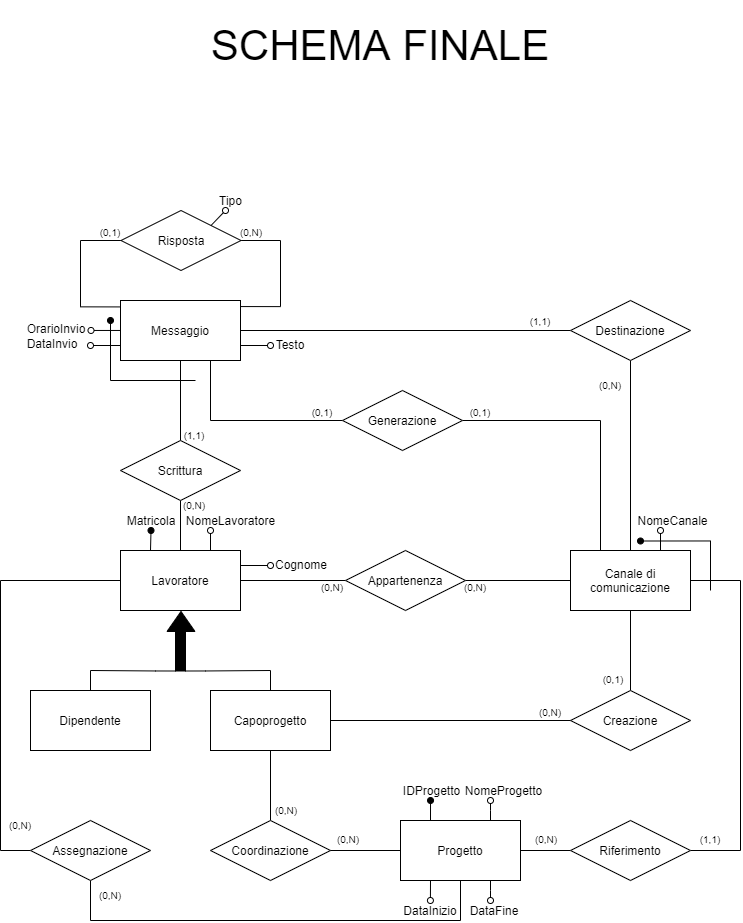
This is Relazione/Schema ER/schema-finale.png from martafra/BD-Chat-Multicanale, a draw.io export, as it was before one commit. Source tidied: cells renumbered, new cells last; positions are measured from the earlier drawing's top-left corner, leaving out a move shared by most shapes.
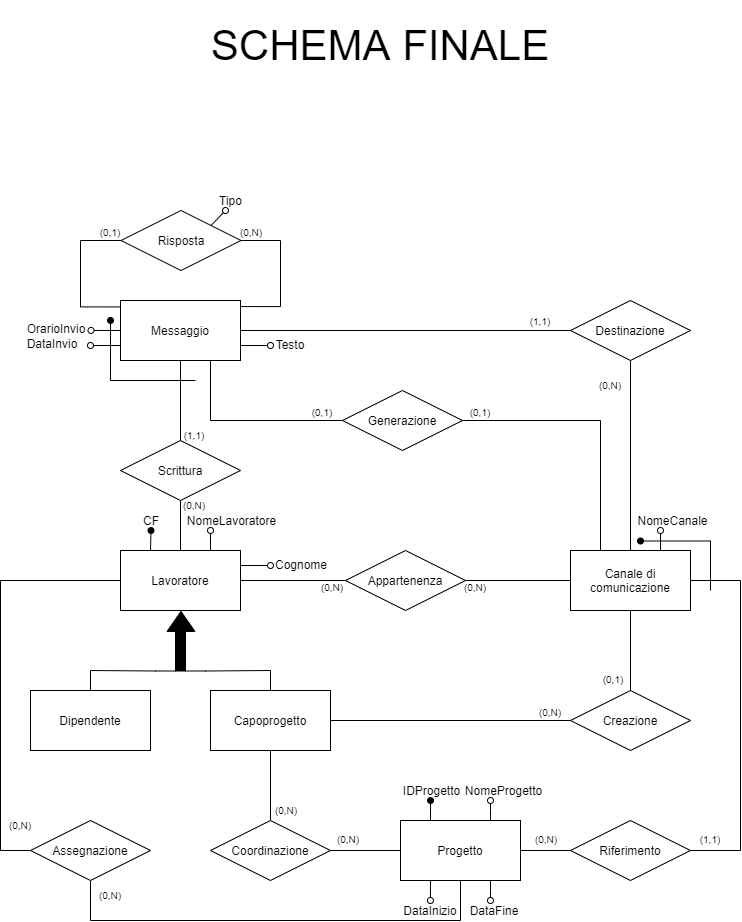
The same file after the commit.

Diff of the diagram source:
```diff
@@ -183,7 +183,7 @@
         <mxPoint x="270" y="565" as="targetPoint" />
       </mxGeometry>
     </mxCell>
-    <mxCell id="46" value="Matricola" style="text;html=1;strokeColor=none;fillColor=none;align=center;verticalAlign=middle;whiteSpace=wrap;rounded=0;" parent="1" vertex="1">
+    <mxCell id="46" value="CF" style="text;html=1;strokeColor=none;fillColor=none;align=center;verticalAlign=middle;whiteSpace=wrap;rounded=0;" parent="1" vertex="1">
       <mxGeometry x="130.5" y="510" width="40" height="20" as="geometry" />
     </mxCell>
     <mxCell id="47" value="NomeLavoratore" style="text;html=1;strokeColor=none;fillColor=none;align=center;verticalAlign=middle;whiteSpace=wrap;rounded=0;" parent="1" vertex="1">
```
